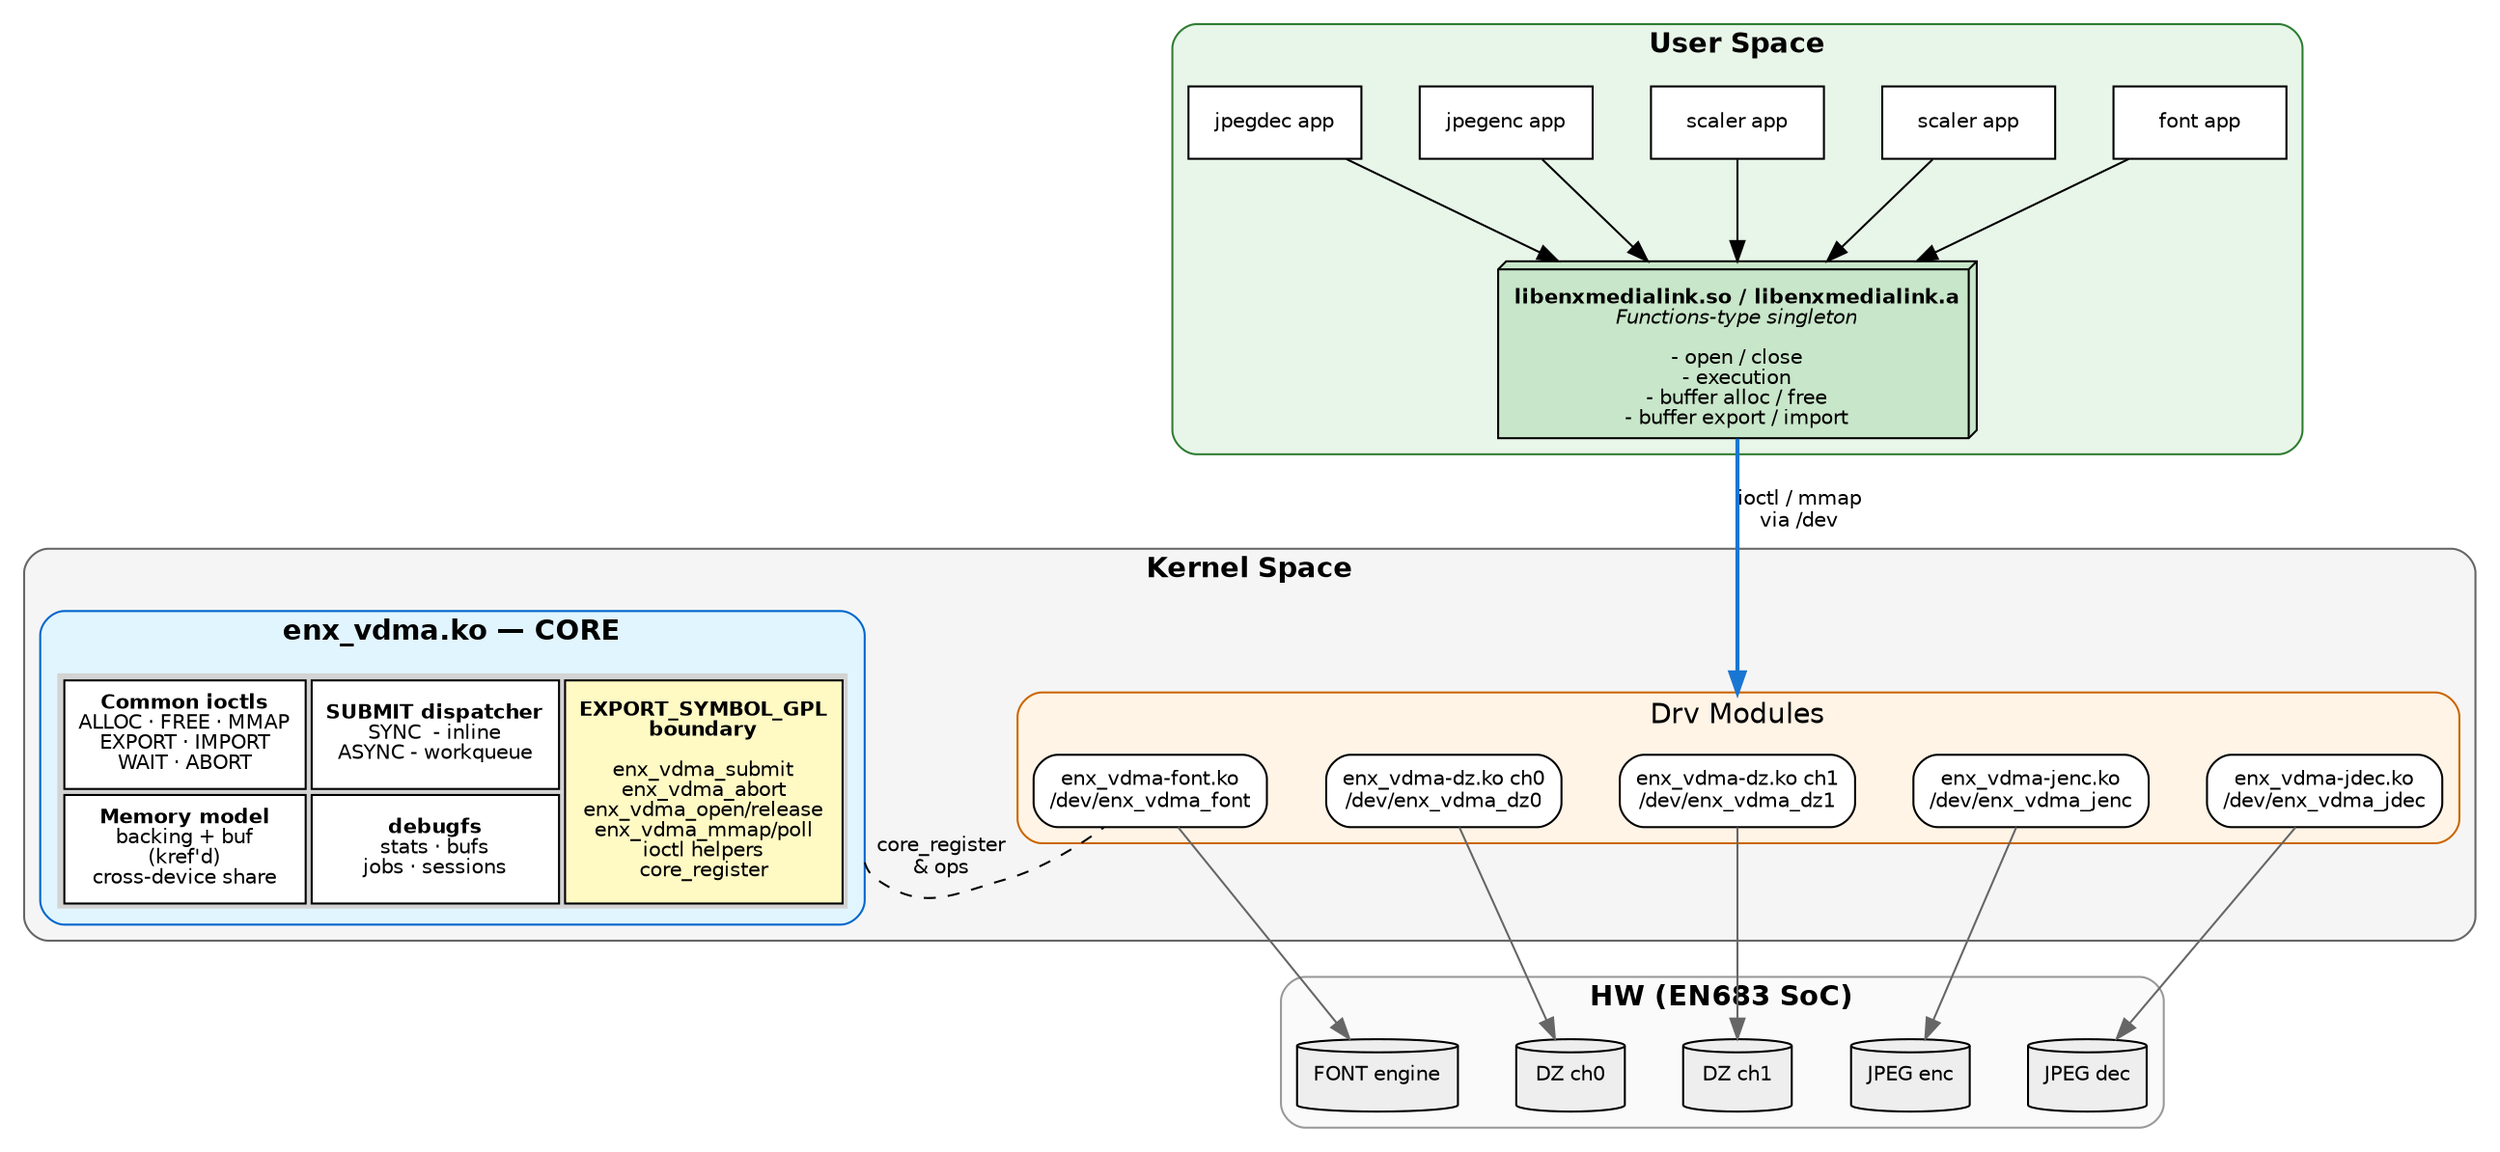
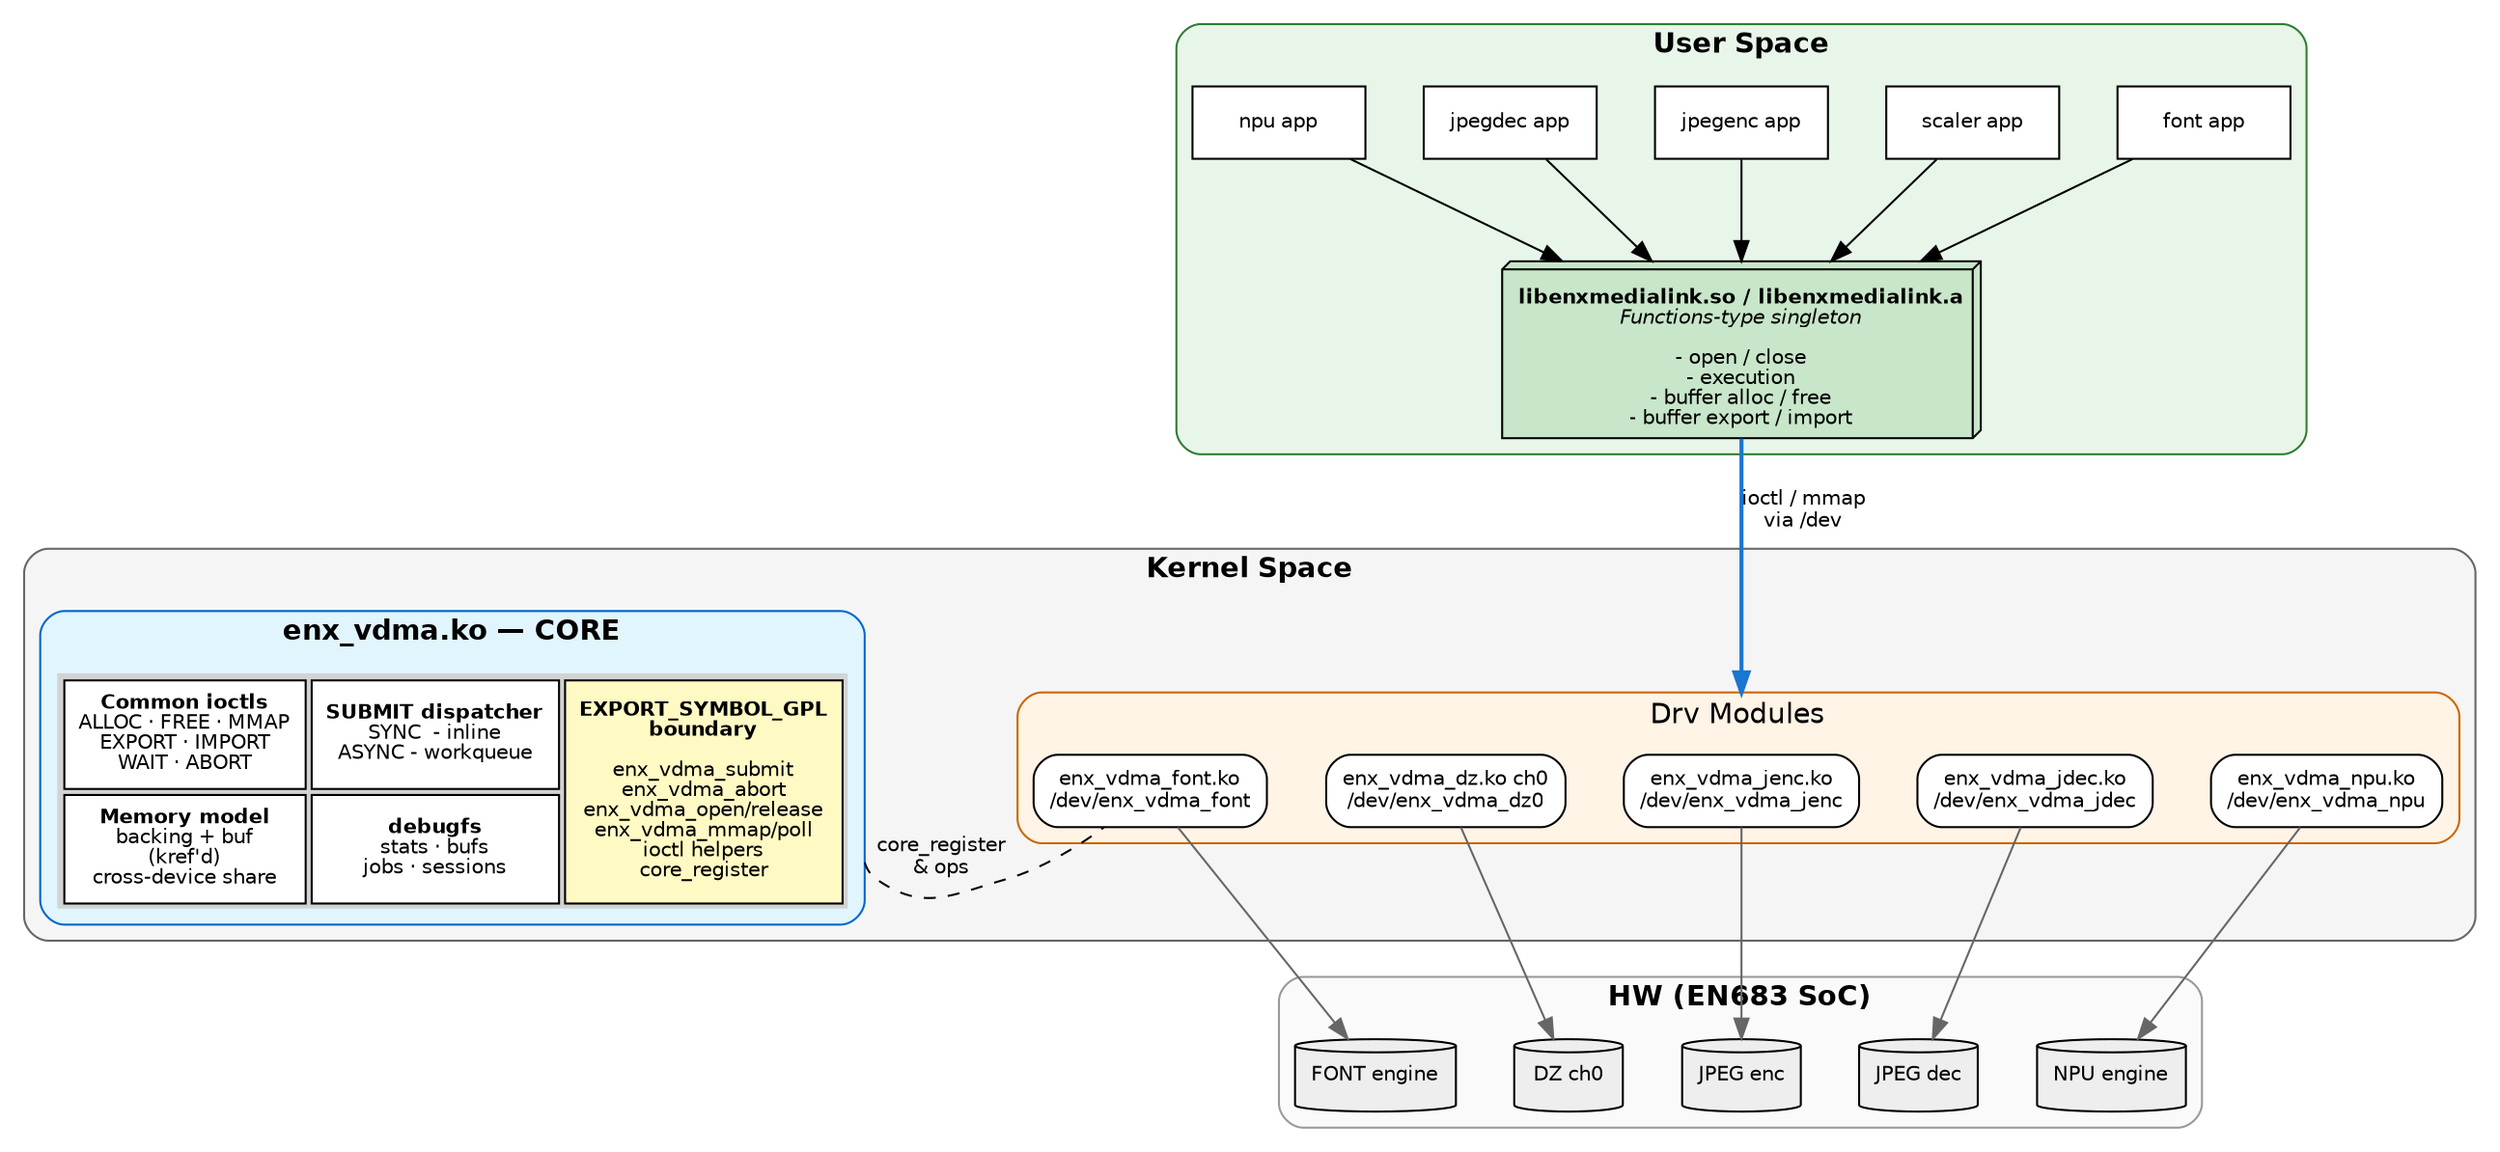
/*
* EN683 VDMA — Architecture Diagram (Graphviz DOT)
*
* Target layout (3 clean horizontal stripes):
*   ┌──────────────────────────────────┐
*   │           User Space             │
*   └──────────────────────────────────┘
*   ┌──────────────────────────────────┐
*   │ Kernel Space                     │
*   │  ┌──────────────┐ ┌─────────────┐│
*   │  │    CORE      │ │ DRV Modules ││
*   │  └──────────────┘ └─────────────┘│
*   └──────────────────────────────────┘
*   ┌──────────────────────────────────┐
*   │         HW (EN683 SoC)           │
*   └──────────────────────────────────┘
*
* Render:
*   dot -Tpng architecture.dot -o architecture.png
*   dot -Tsvg architecture.dot -o architecture.svg
*/

digraph EN683_VDMA {
	rankdir=TB;
	compound=true;          /* allow lhead/ltail = cluster */
	newrank=true;
	nodesep=0.4;
	ranksep=0.7;
	splines=spline;
	fontname="Helvetica";
	node  [fontname="Helvetica", fontsize=10, style=filled];
	edge  [fontname="Helvetica", fontsize=10];

	/* ============================================================
	* 1. USER SPACE  (top stripe)
	* ============================================================ */
	subgraph cluster_user {
		label=<<b>User Space</b>>;
		labelloc="t";
		style="rounded,filled";
		fillcolor="#e8f5e9";
		color="#2e7d32";

		app_font	[label="font app",		shape=box, fillcolor="#ffffff", width=1.2, fixedsize=true];
- 		app_scaler0	[label="scaler app",	shape=box, fillcolor="#ffffff", width=1.2, fixedsize=true];
- 		app_scaler1	[label="scaler app",	shape=box, fillcolor="#ffffff", width=1.2, fixedsize=true];
+ 		app_scaler	[label="scaler app",	shape=box, fillcolor="#ffffff", width=1.2, fixedsize=true];
		app_jenc	[label="jpegenc app",	shape=box, fillcolor="#ffffff", width=1.2, fixedsize=true];
		app_jdec	[label="jpegdec app",	shape=box, fillcolor="#ffffff", width=1.2, fixedsize=true];
+ 		app_npu		[label="npu app",	shape=box, fillcolor="#ffffff", width=1.2, fixedsize=true];

		lib [
			label=<<BR/><B>libenxmedialink.so / libenxmedialink.a</B><BR ALIGN="CENTER"/>
				<I>Functions-type singleton</I><BR/><BR ALIGN="CENTER"/>
				- open / close<BR ALIGN="CENTER"/>
				- execution<BR ALIGN="CENTER"/>
				- buffer alloc / free<BR ALIGN="CENTER"/>
				- buffer export / import<BR ALIGN="CENTER"/>>,
			shape=box3d,
			fillcolor="#c8e6c9"
		];



		app_font	-> lib;
- 		app_scaler0	-> lib;
- 		app_scaler1	-> lib;
+ 		app_scaler	-> lib;
		app_jenc	-> lib;
		app_jdec	-> lib;
+ 		app_npu		-> lib;

		/* Apps on the same rank above lib */
- 		{ rank=same; app_font; app_scaler0; app_scaler1; app_jenc; app_jdec; }
+ 		{ rank=same; app_font; app_scaler; app_jenc; app_jdec; app_npu; }
	}

	/* ============================================================
	* 2. KERNEL SPACE  (middle stripe — device right, Core left)
	* ============================================================ */
	subgraph cluster_kernel {
		label=<<b>Kernel Space</b>>;
		labelloc="t";
		style="rounded,filled";
		fillcolor="#f5f5f5";
		color="#666666";

		/* ── device (right half, single horizontal row) ── */
		subgraph cluster_device {
			label = "Drv Modules";
			labelloc = "t";
			style = "rounded,filled";
			fillcolor = "#fff4e6";
			color = "#cc6600";

			// node - common style & boxcolor
			node [shape=box, style="filled,rounded", fillcolor="#ffffff"];

			dma_font [
- 				label = "enx_vdma-font.ko\n/dev/enx_vdma_font"
+ 				label = "enx_vdma_font.ko\n/dev/enx_vdma_font"
			];
			dma_dz0 [
- 				label = "enx_vdma-dz.ko ch0\n/dev/enx_vdma_dz0"
- 			];
- 			dma_dz1 [
- 				label = "enx_vdma-dz.ko ch1\n/dev/enx_vdma_dz1"
+ 				label = "enx_vdma_dz.ko ch0\n/dev/enx_vdma_dz0"
			];
			dma_jenc [
- 				label = "enx_vdma-jenc.ko\n/dev/enx_vdma_jenc"
+ 				label = "enx_vdma_jenc.ko\n/dev/enx_vdma_jenc"
			];
			dma_jdec [
- 				label = "enx_vdma-jdec.ko\n/dev/enx_vdma_jdec"
- 			];
- 
- 			{ rank=same; dma_font; dma_dz0; dma_dz1; dma_jenc; dma_jdec; }
+ 				label = "enx_vdma_jdec.ko\n/dev/enx_vdma_jdec"
+ 			];
+ 			dma_npu [
+ 				label = "enx_vdma_npu.ko\n/dev/enx_vdma_npu"
+ 			];
+ 
+ 			{ rank=same; dma_font; dma_dz0; dma_jenc; dma_jdec; dma_npu; }
		}


		/* ── Core (left half, single HTML-table node) ── */
		subgraph cluster_core {
			label=<<b>enx_vdma.ko — CORE</b>>;
			labelloc="t";
			style="rounded,filled";
			fillcolor="#e1f5ff";
			color="#0066cc";

			core [
				shape=plain,
				label=<
				<TABLE BORDER="0" CELLBORDER="1" CELLSPACING="3" CELLPADDING="6">
					<TR>
					<TD BGCOLOR="#ffffff">
						<B>Common ioctls</B><BR/>
						ALLOC · FREE · MMAP<BR/>
						EXPORT · IMPORT<BR/>
						WAIT · ABORT
					</TD>
					<TD BGCOLOR="#ffffff">
						<B>SUBMIT dispatcher</B><BR ALIGN="CENTER"/>
						SYNC  - inline<BR ALIGN="CENTER"/>
						ASYNC - workqueue<BR ALIGN="CENTER"/>
					</TD>
					<TD ROWSPAN="2" PORT="ops" BGCOLOR="#fff9c4" VALIGN="MIDDLE">
						<B>EXPORT_SYMBOL_GPL<BR/>boundary</B><BR/>
						<BR/>
						enx_vdma_submit<BR ALIGN="CENTER"/>
						enx_vdma_abort<BR ALIGN="CENTER"/>
						enx_vdma_open/release<BR ALIGN="CENTER"/>
						enx_vdma_mmap/poll<BR ALIGN="CENTER"/>
						ioctl helpers<BR ALIGN="CENTER"/>
						core_register<BR ALIGN="CENTER"/>
					</TD>
					</TR>
					<TR>
					<TD BGCOLOR="#ffffff">
						<B>Memory model</B><BR/>
						backing + buf<BR/>
						(kref'd)<BR/>
						cross-device share
					</TD>
					<TD BGCOLOR="#ffffff">
						<B>debugfs</B><BR/>
						stats · bufs<BR/>
						jobs · sessions
					</TD>
					</TR>
				</TABLE>
				>
			];
		}

		/* device와 core를 같은 위치 (한 줄 5+1 = 6 노드) */
- 		{ rank=same; dma_font; dma_dz0; dma_dz1; dma_jenc; dma_jdec; core; }
+ 		{ rank=same; dma_font; dma_dz0; dma_jenc; dma_jdec; dma_npu; core; }

		core:ops -> dma_font [
			style=dashed,
			arrowhead=odot,
			label="core_register\n& ops",
			ltail=cluster_core,
			constraint=false
		];
	}

	/* ============================================================
	* 3. HW  (bottom stripe — 5 engines column-aligned with device)
	* ============================================================ */
	subgraph cluster_hw {
		label=<<b>HW (EN683 SoC)</b>>;
		labelloc="t";
		style="rounded,filled";
		fillcolor="#fafafa";
		color="#999999";

		hw_font [label="FONT engine",	shape=cylinder, fillcolor="#eeeeee"];
		hw_dz0  [label="DZ ch0",		shape=cylinder, fillcolor="#eeeeee"];
- 		hw_dz1  [label="DZ ch1",		shape=cylinder, fillcolor="#eeeeee"];
		hw_jenc [label="JPEG enc",		shape=cylinder, fillcolor="#eeeeee"];
		hw_jdec [label="JPEG dec",		shape=cylinder, fillcolor="#eeeeee"];
- 
- 		{ rank=same; hw_font; hw_dz0; hw_dz1; hw_jenc; hw_jdec; }
+ 		hw_npu	[label="NPU engine",	shape=cylinder, fillcolor="#eeeeee"];
+ 
+ 		{ rank=same; hw_font; hw_dz0; hw_jenc; hw_jdec; hw_npu; }
	}

	/* ============================================================
	* EDGES — vertical, column-aligned (no crossings)
	* ============================================================ */

	/* lib → device : 가시 edge. constraint=true (기본) 로 vertical stacking
	* 강제. lhead=cluster_device 로 device cluster 자체에 attach.
- 	* dma_dz1 은 device cluster 의 declaration 상 중앙 (column 3).
+ 	* dma_jenc 은 device cluster 의 declaration 상 중앙 (column 3).
	* apps 는 width=1.2 fixedsize → 균일 간격 → 중앙 app (app_jenc) 와
- 	* dma_dz1 가 같은 x 위치로 정렬됨 → lib (apps median 위치) = lib 중앙. */
- 	lib -> dma_dz1 [
+ 	* dma_jenc 가 같은 x 위치로 정렬됨 → lib (apps median 위치) = lib 중앙. */
+ 	lib -> dma_jenc [
		color="#1976d2", penwidth=2.0,
		label="ioctl / mmap\nvia /dev",
		lhead=cluster_device,
		weight=10
	];


	/* device → HW : column-aligned, 1:1 (vertical, no crossing) */
	dma_font -> hw_font [color="#666666"];
	dma_dz0  -> hw_dz0  [color="#666666"];
- 	dma_dz1  -> hw_dz1  [color="#666666"];
	dma_jenc -> hw_jenc [color="#666666"];
	dma_jdec -> hw_jdec [color="#666666"];
- 
+ 	dma_npu  -> hw_npu  [color="#666666"];
}
